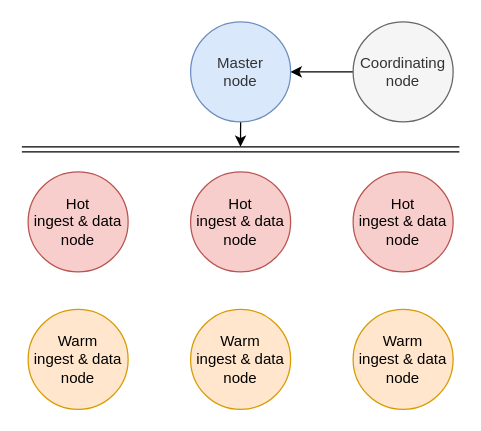
Earlier version of the draw.io diagram hot-warm-architecture.drawio (flavienbwk/opensearch-docker-compose). Source tidied: cells renumbered, new cells numbered last; positions are measured from the earlier drawing's top-left corner, leaving out a move shared by most shapes. Both pictures are drawn from the tidied source at 125%, with x=0, y=0 at pixel (21, 21).
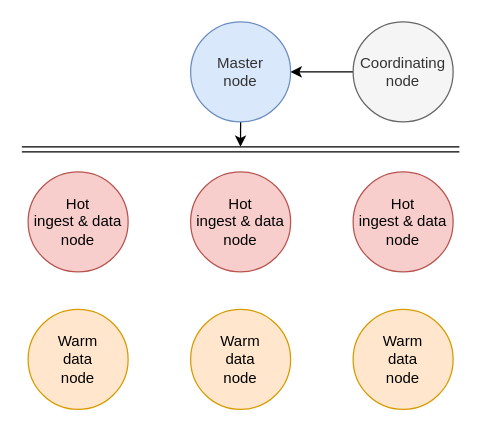
After the change.

Commit message (it also covers changes not shown here):
Updated schema to match configuration

Change to the diagram source:
```diff
@@
 <mxGraphModel>
   <root>
     <mxCell id="0" />
     <mxCell id="1" parent="0" />
-    <mxCell id="2" value="Warm&lt;br&gt;ingest &amp;amp; data&lt;br&gt;node" style="ellipse;whiteSpace=wrap;html=1;fillColor=#ffe6cc;strokeColor=#d79b00;" parent="1" vertex="1">
+    <mxCell id="2" value="Warm&lt;br&gt;data&lt;br&gt;node" style="ellipse;whiteSpace=wrap;html=1;fillColor=#ffe6cc;strokeColor=#d79b00;" parent="1" vertex="1">
       <mxGeometry x="135" y="230" width="80" height="80" as="geometry" />
     </mxCell>
     <mxCell id="3" value="Hot&lt;br&gt;ingest &amp;amp; data&lt;br&gt;node" style="ellipse;whiteSpace=wrap;html=1;fillColor=#f8cecc;strokeColor=#b85450;" parent="1" vertex="1">
       <mxGeometry x="5" y="120" width="80" height="80" as="geometry" />
     </mxCell>
     <mxCell id="4" value="Hot&lt;br&gt;ingest &amp;amp; data&lt;br&gt;node" style="ellipse;whiteSpace=wrap;html=1;fillColor=#f8cecc;strokeColor=#b85450;" parent="1" vertex="1">
       <mxGeometry x="265" y="120" width="80" height="80" as="geometry" />
     </mxCell>
-    <mxCell id="5" value="Warm&lt;br&gt;ingest &amp;amp; data&lt;br&gt;node" style="ellipse;whiteSpace=wrap;html=1;fillColor=#ffe6cc;strokeColor=#d79b00;" parent="1" vertex="1">
+    <mxCell id="5" value="Warm&lt;br&gt;data&lt;br&gt;node" style="ellipse;whiteSpace=wrap;html=1;fillColor=#ffe6cc;strokeColor=#d79b00;" parent="1" vertex="1">
       <mxGeometry x="5" y="230" width="80" height="80" as="geometry" />
     </mxCell>
-    <mxCell id="6" value="Warm&lt;br&gt;ingest &amp;amp; data&lt;br&gt;node" style="ellipse;whiteSpace=wrap;html=1;fillColor=#ffe6cc;strokeColor=#d79b00;" parent="1" vertex="1">
+    <mxCell id="6" value="Warm&lt;br&gt;data&lt;br&gt;node" style="ellipse;whiteSpace=wrap;html=1;fillColor=#ffe6cc;strokeColor=#d79b00;" parent="1" vertex="1">
       <mxGeometry x="265" y="230" width="80" height="80" as="geometry" />
     </mxCell>
     <mxCell id="7" style="edgeStyle=orthogonalEdgeStyle;curved=1;rounded=0;jettySize=auto;html=1;exitX=0.5;exitY=1;exitDx=0;exitDy=0;startArrow=none;startFill=0;" parent="1" edge="1" source="8">
       <mxGeometry relative="1" as="geometry">
         <mxPoint x="174.9" y="100" as="targetPoint" />
       </mxGeometry>
     </mxCell>
     <mxCell id="8" value="&lt;span style=&quot;color: rgb(51 , 51 , 51)&quot;&gt;Master&lt;/span&gt;&lt;br style=&quot;color: rgb(51 , 51 , 51)&quot;&gt;&lt;span style=&quot;color: rgb(51 , 51 , 51)&quot;&gt;node&lt;/span&gt;" style="ellipse;whiteSpace=wrap;html=1;fillColor=#dae8fc;strokeColor=#6c8ebf;" parent="1" vertex="1">
       <mxGeometry x="135" width="80" height="80" as="geometry" />
     </mxCell>
     <mxCell id="9" style="edgeStyle=orthogonalEdgeStyle;rounded=0;jettySize=auto;html=1;exitX=0;exitY=0.5;exitDx=0;exitDy=0;entryX=1;entryY=0.5;entryDx=0;entryDy=0;" parent="1" edge="1" source="10" target="8">
       <mxGeometry relative="1" as="geometry" />
     </mxCell>
     <mxCell id="10" value="Coordinating&lt;br&gt;node" style="ellipse;whiteSpace=wrap;html=1;fillColor=#f5f5f5;strokeColor=#666666;fontColor=#333333;" parent="1" vertex="1">
       <mxGeometry x="265" width="80" height="80" as="geometry" />
     </mxCell>
     <mxCell id="11" value="Hot&lt;br&gt;ingest &amp;amp; data&lt;br&gt;node" style="ellipse;whiteSpace=wrap;html=1;fillColor=#f8cecc;strokeColor=#b85450;" parent="1" vertex="1">
       <mxGeometry x="135" y="120" width="80" height="80" as="geometry" />
     </mxCell>
     <mxCell id="12" style="shape=link;html=1;rounded=0;startArrow=circle;startFill=1;edgeStyle=orthogonalEdgeStyle;curved=1;" parent="1" edge="1">
       <mxGeometry relative="1" as="geometry">
         <mxPoint y="102" as="sourcePoint" />
         <mxPoint x="350" y="102" as="targetPoint" />
       </mxGeometry>
     </mxCell>
   </root>
 </mxGraphModel>
```
